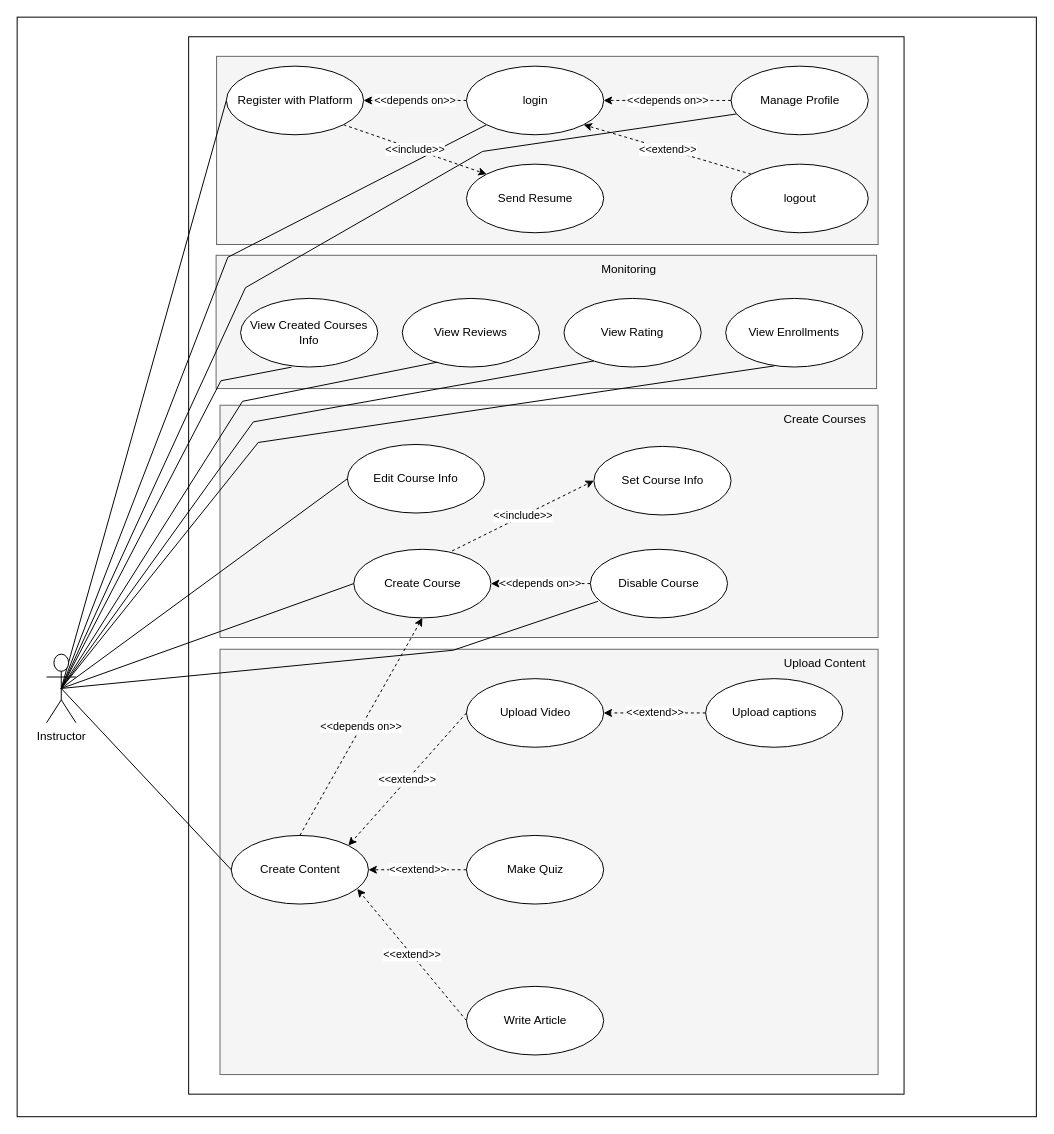
The draw.io diagram InstructorsSystem.drawio in YAMANX8/UML, before the edit. Source tidied: cells renumbered, new cells numbered last; positions are measured from the earlier drawing's top-left corner, leaving out a move shared by most shapes. Both pictures are drawn from the tidied source at 98%, with x=0, y=0 at pixel (17, 17).
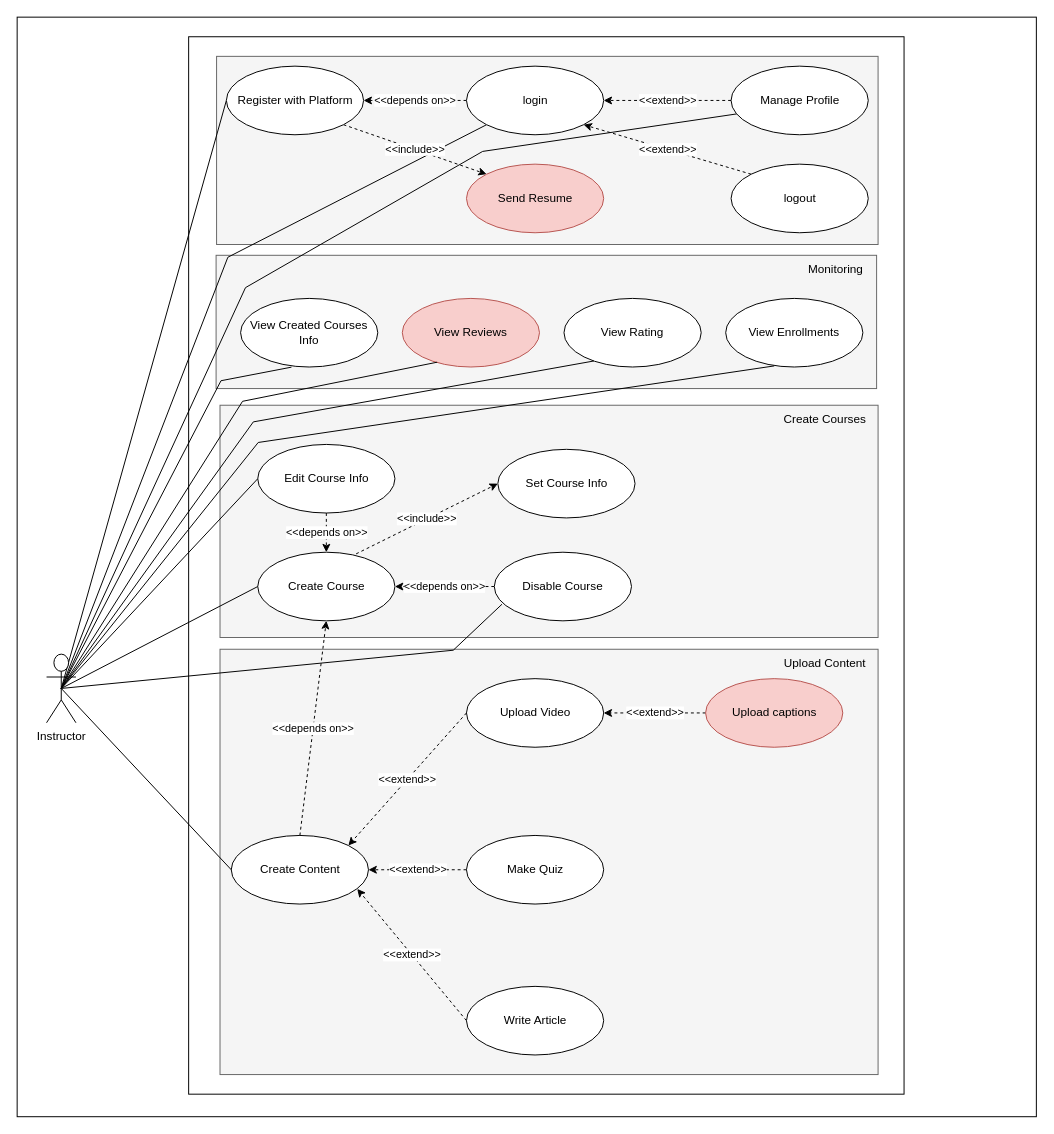
The same page after the edit.

The change refers to these unchanged cells:
```xml
<mxCell id="12" value="login" style="ellipse;whiteSpace=wrap;html=1;" parent="1" vertex="1">
  <mxGeometry x="458.5" y="50" width="140" height="70" as="geometry" />
</mxCell>
<mxCell id="14" value="Manage Profile" style="ellipse;whiteSpace=wrap;html=1;" parent="1" vertex="1">
  <mxGeometry x="728.5" y="50" width="140" height="70" as="geometry" />
</mxCell>
```

The edit, as a diff of the source:
```diff
@@
-    <mxCell id="13" value="&amp;lt;&amp;lt;depends on&amp;gt;&amp;gt;" style="edgeStyle=orthogonalEdgeStyle;rounded=0;jettySize=auto;html=1;dashed=1;" parent="1" edge="1" source="14" target="12">
+    <mxCell id="13" value="&amp;lt;&amp;lt;extend&amp;gt;&amp;gt;" style="edgeStyle=orthogonalEdgeStyle;rounded=0;jettySize=auto;html=1;dashed=1;" parent="1" edge="1" source="14" target="12">
       <mxGeometry relative="1" as="geometry" />
     </mxCell>
@@
-    <mxCell id="17" value="&lt;span&gt;&lt;span&gt;Send Resume&lt;/span&gt;&lt;/span&gt;" style="ellipse;whiteSpace=wrap;html=1;" parent="1" vertex="1">
+    <mxCell id="17" value="&lt;span&gt;&lt;span&gt;Send Resume&lt;/span&gt;&lt;/span&gt;" style="ellipse;whiteSpace=wrap;html=1;fillColor=#f8cecc;strokeColor=#b85450;" parent="1" vertex="1">
       <mxGeometry x="458.5" y="150" width="140" height="70" as="geometry" />
     </mxCell>
@@
     <mxCell id="20" value="Monitoring" style="text;html=1;align=center;verticalAlign=middle;strokeColor=none;fillColor=none;" parent="1" vertex="1">
-      <mxGeometry x="583.8" y="243" width="80" height="30" as="geometry" />
+      <mxGeometry x="795" y="243" width="80" height="30" as="geometry" />
     </mxCell>
@@
-    <mxCell id="22" value="View Reviews" style="ellipse;whiteSpace=wrap;html=1;" parent="1" vertex="1">
+    <mxCell id="22" value="View Reviews" style="ellipse;whiteSpace=wrap;html=1;fillColor=#f8cecc;strokeColor=#b85450;" parent="1" vertex="1">
       <mxGeometry x="393" y="287" width="140" height="70" as="geometry" />
     </mxCell>
@@
     <mxCell id="29" value="Set Course Info" style="ellipse;whiteSpace=wrap;html=1;" parent="1" vertex="1">
-      <mxGeometry x="588.5" y="438" width="140" height="70" as="geometry" />
+      <mxGeometry x="490.5" y="441" width="140" height="70" as="geometry" />
     </mxCell>
     <mxCell id="30" value="Edit Course Info" style="ellipse;whiteSpace=wrap;html=1;" parent="1" vertex="1">
-      <mxGeometry x="337" y="436" width="140" height="70" as="geometry" />
+      <mxGeometry x="245.5" y="436" width="140" height="70" as="geometry" />
     </mxCell>
     <mxCell id="31" value="Create Course" style="ellipse;whiteSpace=wrap;html=1;" parent="1" vertex="1">
-      <mxGeometry x="343.5" y="543" width="140" height="70" as="geometry" />
+      <mxGeometry x="245.5" y="546" width="140" height="70" as="geometry" />
     </mxCell>
     <mxCell id="32" value="Disable Course" style="ellipse;whiteSpace=wrap;html=1;" parent="1" vertex="1">
-      <mxGeometry x="584.9" y="543" width="140" height="70" as="geometry" />
+      <mxGeometry x="486.9" y="546" width="140" height="70" as="geometry" />
     </mxCell>
@@
-    <mxCell id="39" value="Upload captions" style="ellipse;whiteSpace=wrap;html=1;" parent="1" vertex="1">
+    <mxCell id="39" value="Upload captions" style="ellipse;whiteSpace=wrap;html=1;fillColor=#f8cecc;strokeColor=#b85450;" parent="1" vertex="1">
       <mxGeometry x="702.5" y="675" width="140" height="70" as="geometry" />
     </mxCell>
@@
+    <mxCell id="52" value="&amp;lt;&amp;lt;depends on&amp;gt;&amp;gt;" style="edgeStyle=orthogonalEdgeStyle;rounded=0;jettySize=auto;html=1;exitX=0.5;exitY=1;exitDx=0;exitDy=0;entryX=0.5;entryY=0;entryDx=0;entryDy=0;dashed=1;" parent="1" edge="1" source="30" target="31">
+      <mxGeometry relative="1" as="geometry" />
+    </mxCell>
```
